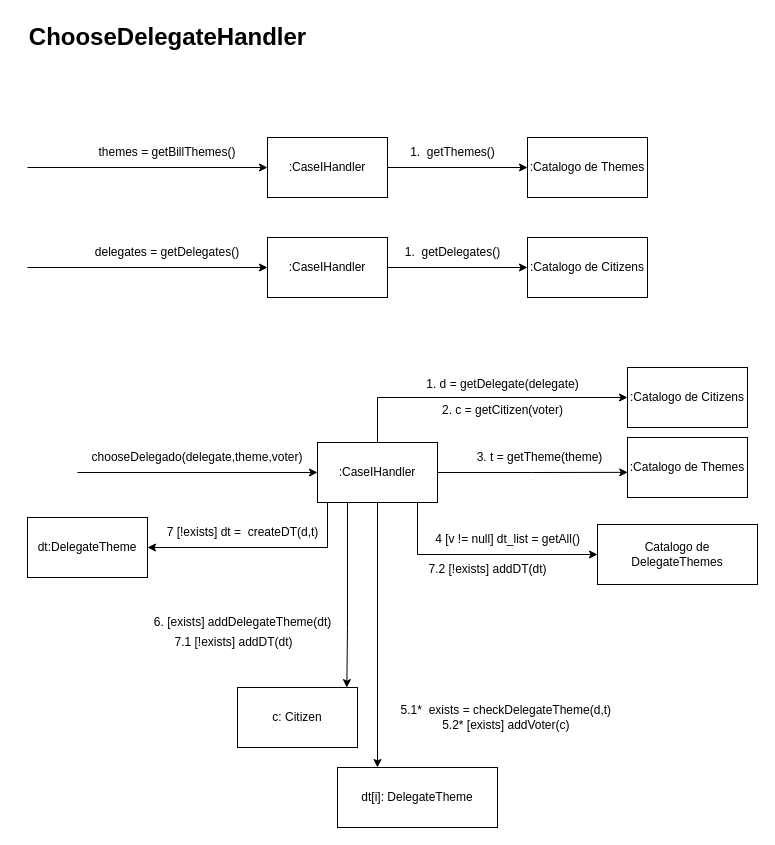
Above: page "Page-6" (6 of 8) of docs/IDs.drawio in thiagottvd/democracia2 (draw.io), before the change. Source tidied: cells renumbered, new cells numbered last; positions are measured from the earlier drawing's top-left corner, leaving out a move shared by most shapes. Both pictures are drawn from the tidied source at 100%, with x=0, y=0 at pixel (17, 17).
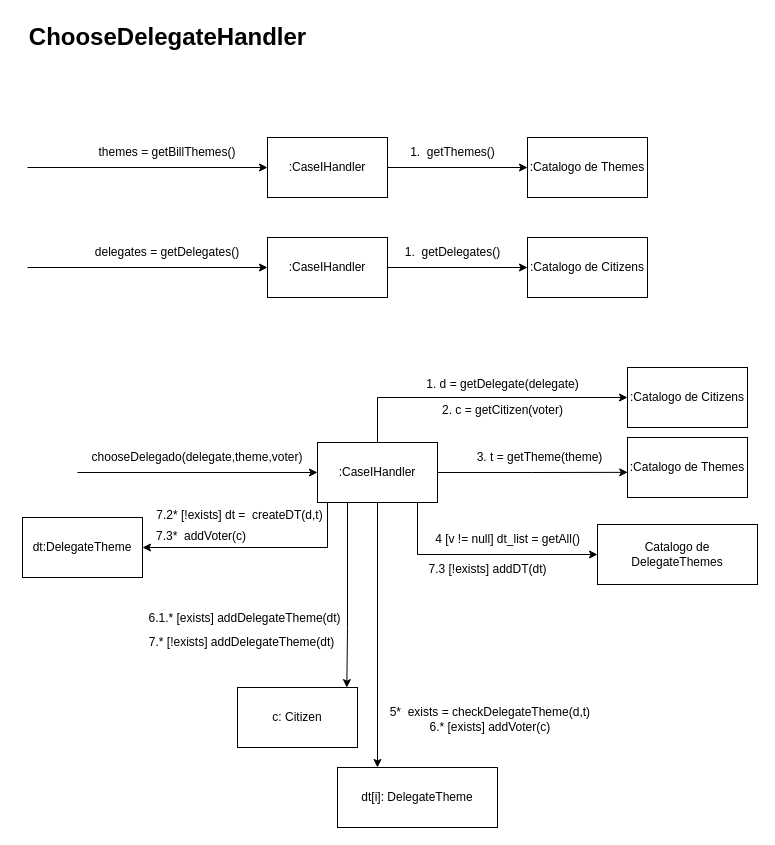
After the change.

The edit, as a diff of the source:
```diff
@@
-    <mxCell id="29" value="7.2 [!exists] addDT(dt)" style="text;html=1;align=center;verticalAlign=middle;strokeColor=none;fillColor=none;" parent="1" vertex="1">
+    <mxCell id="29" value="7.3 [!exists] addDT(dt)" style="text;html=1;align=center;verticalAlign=middle;strokeColor=none;fillColor=none;" parent="1" vertex="1">
       <mxGeometry x="400" y="537" width="140" height="30" as="geometry" />
     </mxCell>
@@
-    <mxCell id="32" value="6. [exists] addDelegateTheme(dt)" style="text;html=1;align=center;verticalAlign=middle;strokeColor=none;fillColor=none;" parent="1" vertex="1">
-      <mxGeometry x="125" y="590" width="200" height="30" as="geometry" />
+    <mxCell id="32" value="6.1.* [exists] addDelegateTheme(dt)" style="text;html=1;align=center;verticalAlign=middle;strokeColor=none;fillColor=none;" parent="1" vertex="1">
+      <mxGeometry x="117" y="586" width="220" height="30" as="geometry" />
     </mxCell>
@@
-    <mxCell id="34" value="5.1*&amp;nbsp; exists = checkDelegateTheme(d,t)&amp;nbsp;&lt;br&gt;5.2* [exists] addVoter(c)&amp;nbsp;" style="text;html=1;align=center;verticalAlign=middle;strokeColor=none;fillColor=none;" parent="1" vertex="1">
-      <mxGeometry x="370" y="680" width="240" height="40" as="geometry" />
+    <mxCell id="34" value="5*&amp;nbsp; exists = checkDelegateTheme(d,t)&amp;nbsp;&lt;br&gt;6.* [exists] addVoter(c)&amp;nbsp;" style="text;html=1;align=center;verticalAlign=middle;strokeColor=none;fillColor=none;" parent="1" vertex="1">
+      <mxGeometry x="359" y="682" width="230" height="40" as="geometry" />
     </mxCell>
-    <mxCell id="35" value="7 [!exists] dt =&amp;nbsp; createDT(d,t)" style="text;html=1;align=center;verticalAlign=middle;strokeColor=none;fillColor=none;" parent="1" vertex="1">
-      <mxGeometry x="135" y="500" width="180" height="30" as="geometry" />
+    <mxCell id="35" value="7.2* [!exists] dt =&amp;nbsp; createDT(d,t)" style="text;html=1;align=center;verticalAlign=middle;strokeColor=none;fillColor=none;" parent="1" vertex="1">
+      <mxGeometry x="127" y="483" width="190" height="30" as="geometry" />
     </mxCell>
     <mxCell id="36" value="dt:DelegateTheme" style="rounded=0;whiteSpace=wrap;html=1;" parent="1" vertex="1">
-      <mxGeometry x="10" y="500" width="120" height="60" as="geometry" />
+      <mxGeometry x="5" y="500" width="120" height="60" as="geometry" />
     </mxCell>
-    <mxCell id="37" value="7.1 [!exists] addDT(dt)" style="text;html=1;align=center;verticalAlign=middle;strokeColor=none;fillColor=none;" parent="1" vertex="1">
-      <mxGeometry x="146" y="610" width="140" height="30" as="geometry" />
+    <mxCell id="37" value="7.* [!exists] addDelegateTheme(dt)" style="text;html=1;align=center;verticalAlign=middle;strokeColor=none;fillColor=none;" parent="1" vertex="1">
+      <mxGeometry x="119" y="610" width="210" height="30" as="geometry" />
     </mxCell>
@@
+    <mxCell id="39" value="&lt;div style=&quot;text-align: center;&quot;&gt;&lt;span style=&quot;background-color: initial;&quot;&gt;7.3*&amp;nbsp; addVoter(c)&amp;nbsp;&lt;/span&gt;&lt;/div&gt;" style="text;whiteSpace=wrap;html=1;" parent="1" vertex="1">
+      <mxGeometry x="137" y="505" width="160" height="40" as="geometry" />
+    </mxCell>
```
